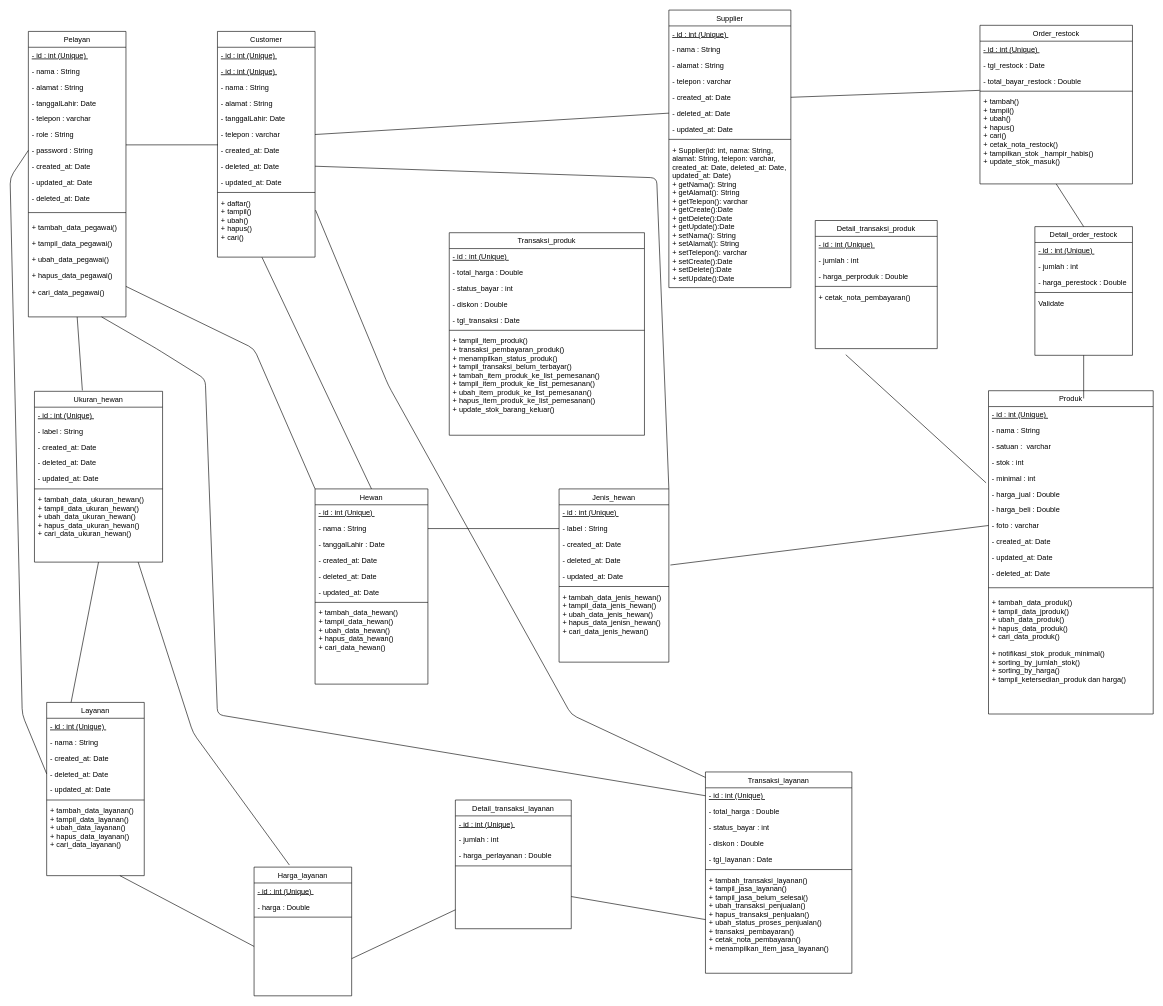
This is class diagram p3l.drawio from agambewe/classDP3L, a draw.io file, before an edit. Source tidied: cells renumbered, new cells numbered last; positions are measured from the earlier drawing's top-left corner, leaving out a move shared by most shapes. Both pictures are drawn from the tidied source at 61%, with x=0, y=0 at pixel (10, 10).
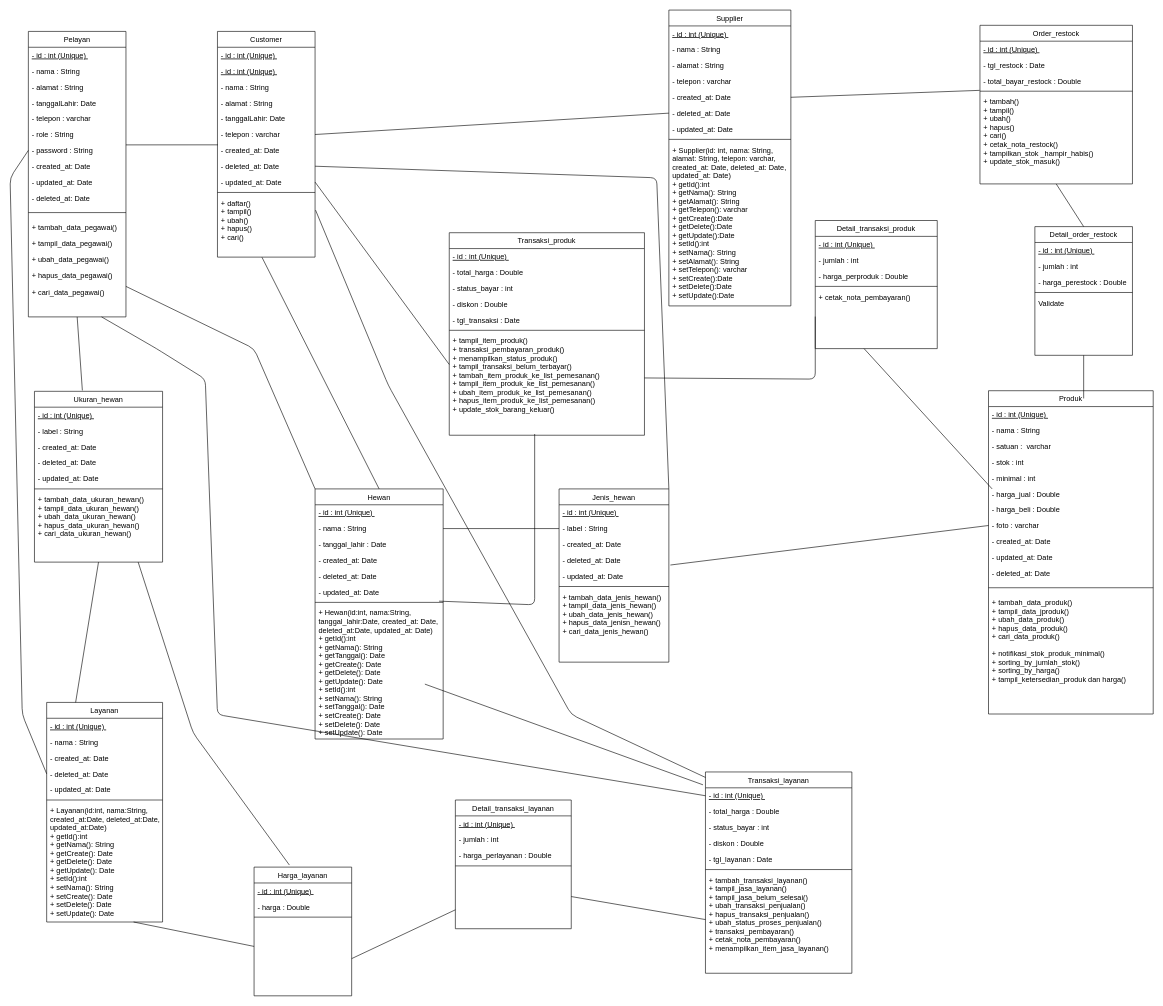
The same page after the edit.

Unchanged cells that the change refers to:
```xml
<mxCell id="27" value="- updated_at: Date" style="text;align=left;verticalAlign=top;spacingLeft=4;spacingRight=4;overflow=hidden;points=[[0,0.5],[1,0.5]];portConstraint=eastwest;rounded=0;shadow=0;html=0;" parent="18" vertex="1">
  <mxGeometry y="234" width="160" height="26" as="geometry" />
</mxCell>
<mxCell id="41" value="- id : int (Unique) " style="text;align=left;verticalAlign=top;spacingLeft=4;spacingRight=4;overflow=hidden;points=[[0,0.5],[1,0.5]];portConstraint=eastwest;fontStyle=4;" parent="40" vertex="1">
  <mxGeometry y="26" width="240" height="26" as="geometry" />
</mxCell>
<mxCell id="48" value="Detail_transaksi_produk" style="swimlane;fontStyle=0;align=center;verticalAlign=top;horizontal=1;startSize=26;rounded=0;shadow=0;strokeWidth=1;" parent="1" vertex="1">
  <mxGeometry x="1320" y="345" width="200" height="210" as="geometry" />
</mxCell>
<mxCell id="72" value="- harga_jual : Double" style="text;align=left;verticalAlign=top;spacingLeft=4;spacingRight=4;overflow=hidden;points=[[0,0.5],[1,0.5]];portConstraint=eastwest;rounded=0;shadow=0;html=0;" parent="66" vertex="1">
  <mxGeometry y="156" width="270" height="26" as="geometry" />
</mxCell>
<mxCell id="129" value="+ tampil_item_produk()&#10;+ transaksi_pembayaran_produk()&#10;+ menampilkan_status_produk()&#10;+ tampil_transaksi_belum_terbayar()&#10;+ tambah_item_produk_ke_list_pemesanan()&#10;+ tampil_item_produk_ke_list_pemesanan()&#10;+ ubah_item_produk_ke_list_pemesanan()&#10;+ hapus_item_produk_ke_list_pemesanan()&#10;+ update_stok_barang_keluar()&#10;" style="text;align=left;verticalAlign=top;spacingLeft=4;spacingRight=4;overflow=hidden;points=[[0,0.5],[1,0.5]];portConstraint=eastwest;" parent="122" vertex="1">
  <mxGeometry y="164" width="320" height="146" as="geometry" />
</mxCell>
```

What changed in the source:
```diff
@@
     <mxCell id="30" value="Supplier" style="swimlane;fontStyle=0;align=center;verticalAlign=top;horizontal=1;startSize=26;rounded=0;shadow=0;strokeWidth=1;" parent="1" vertex="1">
-      <mxGeometry x="1080" width="200" height="455" as="geometry" />
+      <mxGeometry x="1080" width="200" height="485" as="geometry" />
     </mxCell>
@@
-    <mxCell id="39" value="+ Supplier(id: int, nama: String, &#10;alamat: String, telepon: varchar,&#10;created_at: Date, deleted_at: Date,&#10;updated_at: Date)&#10;+ getNama(): String&#10;+ getAlamat(): String&#10;+ getTelepon(): varchar&#10;+ getCreate():Date&#10;+ getDelete():Date&#10;+ getUpdate():Date&#10;+ setNama(): String&#10;+ setAlamat(): String&#10;+ setTelepon(): varchar&#10;+ setCreate():Date&#10;+ setDelete():Date&#10;+ setUpdate():Date" style="text;align=left;verticalAlign=top;spacingLeft=4;spacingRight=4;overflow=hidden;" parent="30" vertex="1">
-      <mxGeometry y="216" width="200" height="234" as="geometry" />
+    <mxCell id="39" value="+ Supplier(id: int, nama: String, &#10;alamat: String, telepon: varchar,&#10;created_at: Date, deleted_at: Date,&#10;updated_at: Date)&#10;+ getId():int&#10;+ getNama(): String&#10;+ getAlamat(): String&#10;+ getTelepon(): varchar&#10;+ getCreate():Date&#10;+ getDelete():Date&#10;+ getUpdate():Date&#10;+ setId():int&#10;+ setNama(): String&#10;+ setAlamat(): String&#10;+ setTelepon(): varchar&#10;+ setCreate():Date&#10;+ setDelete():Date&#10;+ setUpdate():Date" style="text;align=left;verticalAlign=top;spacingLeft=4;spacingRight=4;overflow=hidden;" parent="30" vertex="1">
+      <mxGeometry y="216" width="200" height="264" as="geometry" />
     </mxCell>
@@
     <mxCell id="88" value="Hewan" style="swimlane;fontStyle=0;align=center;verticalAlign=top;horizontal=1;startSize=26;rounded=0;shadow=0;strokeWidth=1;" parent="1" vertex="1">
-      <mxGeometry x="500" y="785" width="185" height="320" as="geometry" />
+      <mxGeometry x="500" y="785" width="210" height="410" as="geometry" />
     </mxCell>
     <mxCell id="89" value="- id : int (Unique) " style="text;align=left;verticalAlign=top;spacingLeft=4;spacingRight=4;overflow=hidden;fontStyle=4;" parent="88" vertex="1">
-      <mxGeometry y="26" width="185" height="26" as="geometry" />
+      <mxGeometry y="26" width="210" height="26" as="geometry" />
     </mxCell>
     <mxCell id="90" value="- nama : String" style="text;align=left;verticalAlign=top;spacingLeft=4;spacingRight=4;overflow=hidden;points=[[0,0.5],[1,0.5]];portConstraint=eastwest;rounded=0;shadow=0;html=0;" parent="88" vertex="1">
-      <mxGeometry y="52" width="185" height="26" as="geometry" />
+      <mxGeometry y="52" width="210" height="26" as="geometry" />
     </mxCell>
-    <mxCell id="91" value="- tanggalLahir : Date" style="text;align=left;verticalAlign=top;spacingLeft=4;spacingRight=4;overflow=hidden;rounded=0;shadow=0;html=0;" parent="88" vertex="1">
-      <mxGeometry y="78" width="185" height="26" as="geometry" />
+    <mxCell id="91" value="- tanggal_lahir : Date" style="text;align=left;verticalAlign=top;spacingLeft=4;spacingRight=4;overflow=hidden;rounded=0;shadow=0;html=0;" parent="88" vertex="1">
+      <mxGeometry y="78" width="210" height="26" as="geometry" />
     </mxCell>
     <mxCell id="92" value="- created_at: Date" style="text;align=left;verticalAlign=top;spacingLeft=4;spacingRight=4;overflow=hidden;rounded=0;shadow=0;html=0;" parent="88" vertex="1">
-      <mxGeometry y="104" width="185" height="26" as="geometry" />
+      <mxGeometry y="104" width="210" height="26" as="geometry" />
     </mxCell>
     <mxCell id="93" value="- deleted_at: Date" style="text;align=left;verticalAlign=top;spacingLeft=4;spacingRight=4;overflow=hidden;rounded=0;shadow=0;html=0;" parent="88" vertex="1">
-      <mxGeometry y="130" width="185" height="26" as="geometry" />
+      <mxGeometry y="130" width="210" height="26" as="geometry" />
     </mxCell>
     <mxCell id="94" value="- updated_at: Date" style="text;align=left;verticalAlign=top;spacingLeft=4;spacingRight=4;overflow=hidden;points=[[0,0.5],[1,0.5]];portConstraint=eastwest;rounded=0;shadow=0;html=0;" parent="88" vertex="1">
-      <mxGeometry y="156" width="185" height="26" as="geometry" />
+      <mxGeometry y="156" width="210" height="26" as="geometry" />
     </mxCell>
     <mxCell id="95" style="line;html=1;strokeWidth=1;align=left;verticalAlign=middle;spacingTop=-1;spacingLeft=3;spacingRight=3;labelPosition=right;" parent="88" vertex="1">
-      <mxGeometry y="182" width="185" height="8" as="geometry" />
+      <mxGeometry y="182" width="210" height="8" as="geometry" />
     </mxCell>
-    <mxCell id="96" value="+ tambah_data_hewan()&#10;+ tampil_data_hewan()&#10;+ ubah_data_hewan()&#10;+ hapus_data_hewan()&#10;+ cari_data_hewan()" style="text;align=left;verticalAlign=top;spacingLeft=4;spacingRight=4;overflow=hidden;" parent="88" vertex="1">
-      <mxGeometry y="190" width="185" height="130" as="geometry" />
+    <mxCell id="96" value="+ Hewan(id:int, nama:String,&#10;tanggal_lahir:Date, created_at: Date, &#10;deleted_at:Date, updated_at: Date)&#10;+ getId():int&#10;+ getNama(): String&#10;+ getTanggal(): Date&#10;+ getCreate(): Date&#10;+ getDelete(): Date&#10;+ getUpdate(): Date&#10;+ setId():int&#10;+ setNama(): String&#10;+ setTanggal(): Date&#10;+ setCreate(): Date&#10;+ setDelete(): Date&#10;+ setUpdate(): Date" style="text;align=left;verticalAlign=top;spacingLeft=4;spacingRight=4;overflow=hidden;" parent="88" vertex="1">
+      <mxGeometry y="190" width="210" height="220" as="geometry" />
     </mxCell>
@@
     <mxCell id="105" value="Layanan" style="swimlane;fontStyle=0;align=center;verticalAlign=top;horizontal=1;startSize=26;rounded=0;shadow=0;strokeWidth=1;" parent="1" vertex="1">
-      <mxGeometry x="60" y="1135" width="160" height="284" as="geometry" />
+      <mxGeometry x="60" y="1135" width="190" height="360" as="geometry" />
     </mxCell>
     <mxCell id="106" value="- id : int (Unique) " style="text;align=left;verticalAlign=top;spacingLeft=4;spacingRight=4;overflow=hidden;fontStyle=4;" parent="105" vertex="1">
-      <mxGeometry y="26" width="160" height="26" as="geometry" />
+      <mxGeometry y="26" width="190" height="26" as="geometry" />
     </mxCell>
     <mxCell id="107" value="- nama : String" style="text;align=left;verticalAlign=top;spacingLeft=4;spacingRight=4;overflow=hidden;rounded=0;shadow=0;html=0;" parent="105" vertex="1">
-      <mxGeometry y="52" width="160" height="26" as="geometry" />
+      <mxGeometry y="52" width="190" height="26" as="geometry" />
     </mxCell>
     <mxCell id="108" value="- created_at: Date" style="text;align=left;verticalAlign=top;spacingLeft=4;spacingRight=4;overflow=hidden;rounded=0;shadow=0;html=0;" parent="105" vertex="1">
-      <mxGeometry y="78" width="160" height="26" as="geometry" />
+      <mxGeometry y="78" width="190" height="26" as="geometry" />
     </mxCell>
     <mxCell id="109" value="- deleted_at: Date" style="text;align=left;verticalAlign=top;spacingLeft=4;spacingRight=4;overflow=hidden;points=[[0,0.5],[1,0.5]];portConstraint=eastwest;rounded=0;shadow=0;html=0;" parent="105" vertex="1">
-      <mxGeometry y="104" width="160" height="26" as="geometry" />
+      <mxGeometry y="104" width="190" height="26" as="geometry" />
     </mxCell>
     <mxCell id="110" value="- updated_at: Date" style="text;align=left;verticalAlign=top;spacingLeft=4;spacingRight=4;overflow=hidden;rounded=0;shadow=0;html=0;" parent="105" vertex="1">
-      <mxGeometry y="130" width="160" height="26" as="geometry" />
+      <mxGeometry y="130" width="190" height="26" as="geometry" />
     </mxCell>
     <mxCell id="111" style="line;html=1;strokeWidth=1;align=left;verticalAlign=middle;spacingTop=-1;spacingLeft=3;spacingRight=3;labelPosition=right;" parent="105" vertex="1">
-      <mxGeometry y="156" width="160" height="8" as="geometry" />
+      <mxGeometry y="156" width="190" height="8" as="geometry" />
     </mxCell>
-    <mxCell id="112" value="+ tambah_data_layanan()&#10;+ tampil_data_layanan()&#10;+ ubah_data_layanan()&#10;+ hapus_data_layanan()&#10;+ cari_data_layanan()" style="text;align=left;verticalAlign=top;spacingLeft=4;spacingRight=4;overflow=hidden;rounded=0;shadow=0;html=0;" parent="105" vertex="1">
-      <mxGeometry y="164" width="160" height="116" as="geometry" />
+    <mxCell id="112" value="+ Layanan(id:int, nama:String,&#10;created_at:Date, deleted_at:Date,&#10;updated_at:Date)&#10;+ getId():int&#10;+ getNama(): String&#10;+ getCreate(): Date&#10;+ getDelete(): Date&#10;+ getUpdate(): Date&#10;+ setId():int&#10;+ setNama(): String&#10;+ setCreate(): Date&#10;+ setDelete(): Date&#10;+ setUpdate(): Date" style="text;align=left;verticalAlign=top;spacingLeft=4;spacingRight=4;overflow=hidden;rounded=0;shadow=0;html=0;" parent="105" vertex="1">
+      <mxGeometry y="164" width="190" height="196" as="geometry" />
     </mxCell>
@@
-    <mxCell id="135" style="endArrow=none;html=1;" parent="1" edge="1">
+    <mxCell id="135" style="endArrow=none;html=1;entryX=0.022;entryY=0.192;entryDx=0;entryDy=0;entryPerimeter=0;" parent="1" edge="1" target="72">
       <mxGeometry relative="1" as="geometry">
-        <mxPoint x="1370" y="565" as="sourcePoint" />
-        <mxPoint x="1600" y="775" as="targetPoint" />
+        <mxPoint x="1400" y="555" as="sourcePoint" />
       </mxGeometry>
     </mxCell>
@@
+    <mxCell id="150" style="endArrow=none;html=1;entryX=0;entryY=0.75;entryDx=0;entryDy=0;" parent="1" edge="1" source="129" target="48">
+      <mxGeometry relative="1" as="geometry">
+        <Array as="points">
+          <mxPoint x="1320" y="605" />
+        </Array>
+      </mxGeometry>
+    </mxCell>
+    <mxCell id="151" style="endArrow=none;html=1;entryX=1;entryY=0.5;entryDx=0;entryDy=0;" parent="1" edge="1" target="27">
+      <mxGeometry relative="1" as="geometry">
+        <mxPoint x="720" y="581" as="sourcePoint" />
+      </mxGeometry>
+    </mxCell>
+    <mxCell id="152" style="endArrow=none;html=1;exitX=0.968;exitY=1.077;exitDx=0;exitDy=0;exitPerimeter=0;" parent="1" edge="1" source="94">
+      <mxGeometry relative="1" as="geometry">
+        <mxPoint x="860" y="695" as="targetPoint" />
+        <Array as="points">
+          <mxPoint x="860" y="975" />
+        </Array>
+      </mxGeometry>
+    </mxCell>
+    <mxCell id="153" style="endArrow=none;html=1;entryX=-0.017;entryY=-0.189;entryDx=0;entryDy=0;entryPerimeter=0;" parent="1" edge="1" target="41">
+      <mxGeometry relative="1" as="geometry">
+        <mxPoint x="680" y="1105" as="sourcePoint" />
+      </mxGeometry>
+    </mxCell>
```
